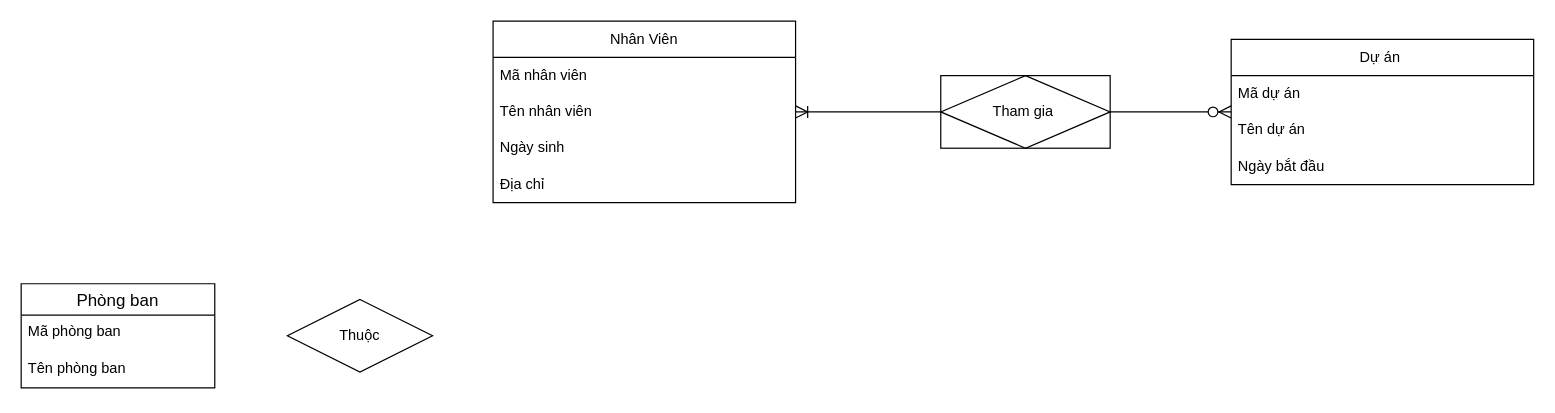
Above: page "Bài 1" (1 of 3) of Biểu đồ không có tiêu đề.drawio in LONGDKZdev/Flowchart (draw.io), before the change. Source tidied: cells renumbered, new cells numbered last; positions are measured from the earlier drawing's top-left corner, leaving out a move shared by most shapes. Both pictures are drawn from the tidied source at 121%, with x=0, y=0 at pixel (21, 21).
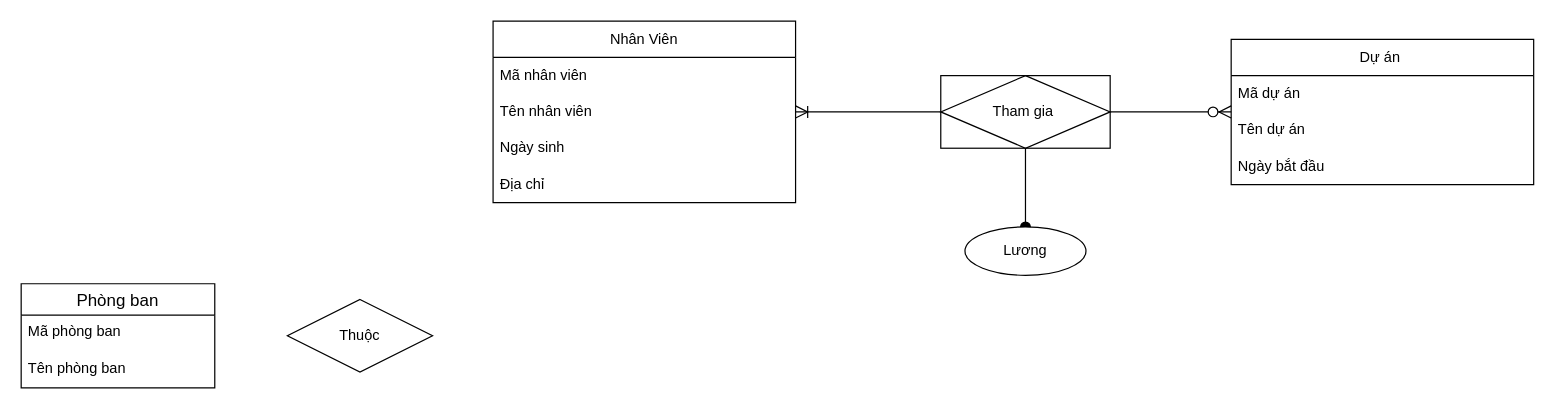
After the change.

Unchanged cells that the change refers to:
```xml
<mxCell id="12" value="Tham gia&amp;nbsp;" style="shape=associativeEntity;whiteSpace=wrap;html=1;align=center;" parent="1" vertex="1">
  <mxGeometry x="760" y="45" width="140" height="60" as="geometry" />
</mxCell>
```

Change to the diagram source:
```diff
@@
+    <mxCell id="19" style="edgeStyle=none;curved=1;rounded=0;jettySize=auto;html=1;fontSize=12;startSize=8;endSize=8;endArrow=oval;endFill=1;" parent="1" edge="1" source="12" target="20">
+      <mxGeometry relative="1" as="geometry" />
+    </mxCell>
@@
+    <mxCell id="20" value="Lương" style="ellipse;whiteSpace=wrap;html=1;align=center;" parent="1" vertex="1">
+      <mxGeometry x="780" y="170" width="100" height="40" as="geometry" />
+    </mxCell>
```
